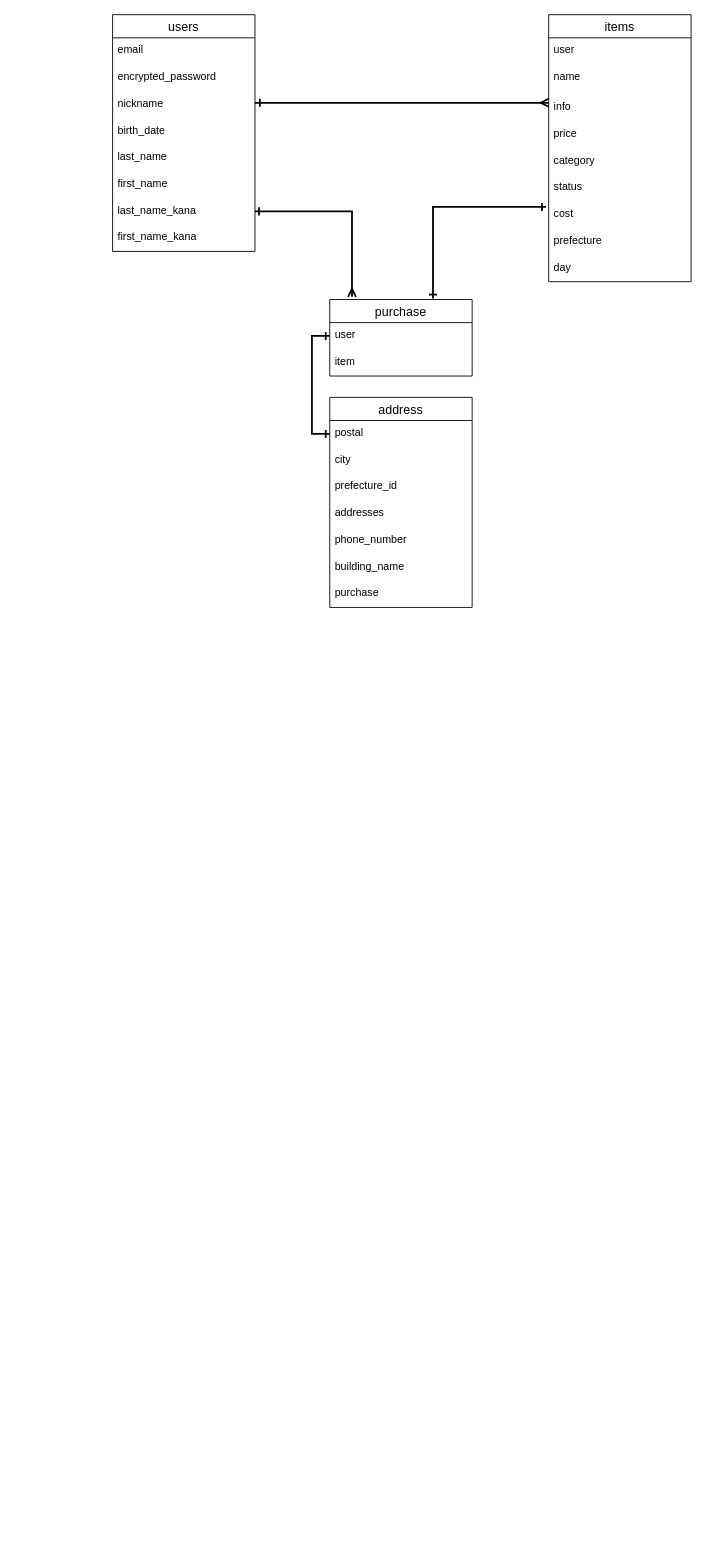
Before: test.dio in jiji12874/furima-31963, a draw.io diagram. Source tidied: cells renumbered, new cells numbered last; positions are measured from the earlier drawing's top-left corner, leaving out a move shared by most shapes. Both pictures are drawn from the tidied source at 89%, with x=0, y=0 at pixel (112, 14).
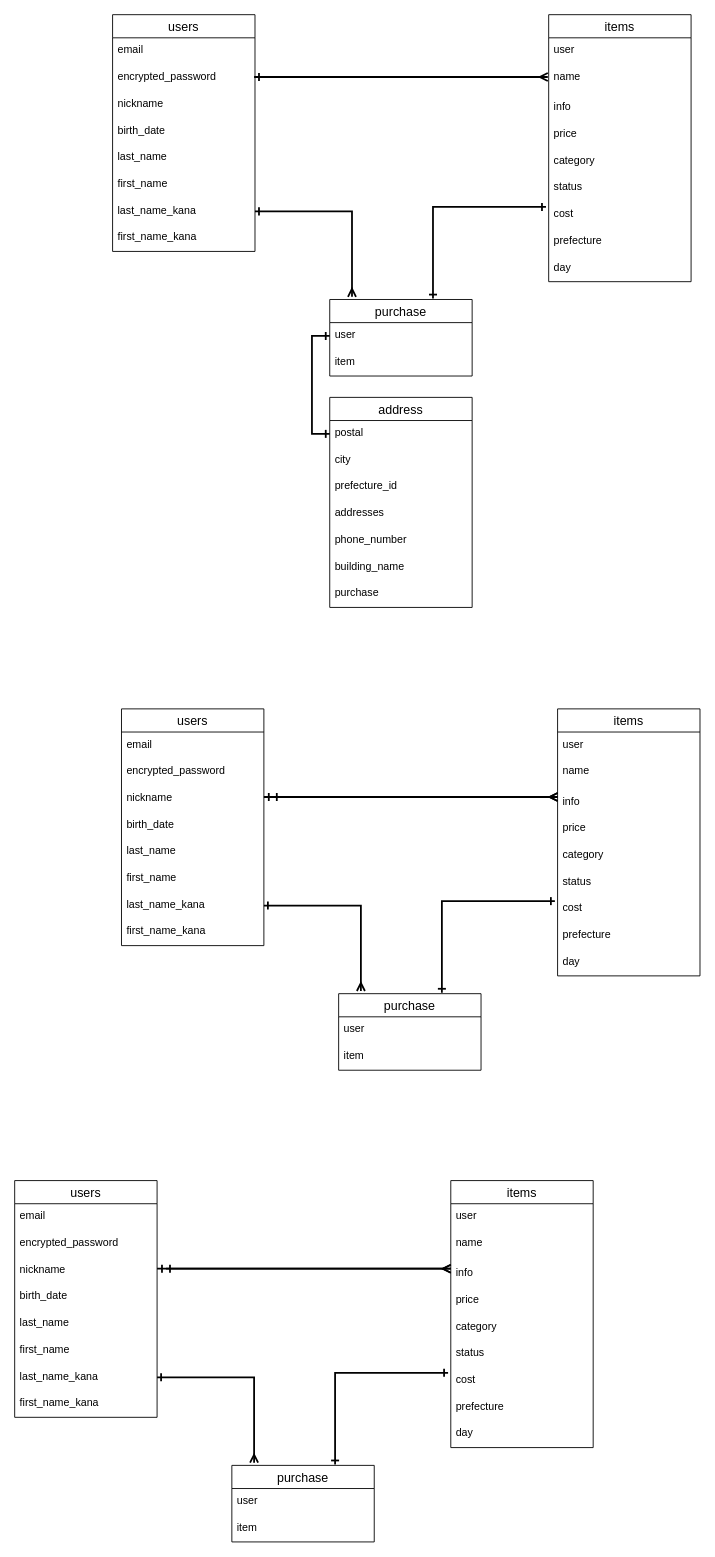
The same page after the edit.

The change refers to these unchanged cells:
```xml
<mxCell id="22" value="info" style="text;strokeColor=none;fillColor=none;spacingLeft=4;spacingRight=4;overflow=hidden;points=[[0,0.5],[1,0.5]];portConstraint=eastwest;fontSize=12;" parent="19" vertex="1">
  <mxGeometry y="90" width="160" height="30" as="geometry" />
</mxCell>
```

Change to the diagram source:
```diff
@@
-    <mxCell id="33" style="edgeStyle=orthogonalEdgeStyle;rounded=0;jettySize=auto;html=1;entryX=0;entryY=0.3;entryDx=0;entryDy=0;entryPerimeter=0;startArrow=ERone;startFill=0;endArrow=ERmany;endFill=0;strokeWidth=2;" parent="1" edge="1" target="22">
+    <mxCell id="33" style="edgeStyle=orthogonalEdgeStyle;rounded=0;orthogonalLoop=1;jettySize=auto;html=1;entryX=0;entryY=0.3;entryDx=0;entryDy=0;entryPerimeter=0;startArrow=ERone;startFill=0;endArrow=ERmany;endFill=0;strokeWidth=2;" parent="1" edge="1">
       <mxGeometry relative="1" as="geometry">
-        <mxPoint x="170" y="99" as="sourcePoint" />
+        <mxPoint x="169" y="70" as="sourcePoint" />
+        <mxPoint x="489" y="70" as="targetPoint" />
         <Array as="points">
-          <mxPoint x="160" y="99" />
+          <mxPoint x="159" y="70" />
         </Array>
       </mxGeometry>
     </mxCell>
@@
+    <mxCell id="36" value="users" style="swimlane;fontStyle=0;horizontal=1;startSize=26;align=center;fontSize=14;" parent="1" vertex="1">
+      <mxGeometry x="10" y="780" width="160" height="266" as="geometry" />
+    </mxCell>
+    <mxCell id="37" value="email" style="text;strokeColor=none;fillColor=none;spacingLeft=4;spacingRight=4;overflow=hidden;fontSize=12;" parent="36" vertex="1">
+      <mxGeometry y="26" width="160" height="30" as="geometry" />
+    </mxCell>
+    <mxCell id="38" value="encrypted_password" style="text;strokeColor=none;fillColor=none;spacingLeft=4;spacingRight=4;overflow=hidden;fontSize=12;" parent="36" vertex="1">
+      <mxGeometry y="56" width="160" height="30" as="geometry" />
+    </mxCell>
+    <mxCell id="39" value="nickname" style="text;strokeColor=none;fillColor=none;spacingLeft=4;spacingRight=4;overflow=hidden;fontSize=12;" parent="36" vertex="1">
+      <mxGeometry y="86" width="160" height="30" as="geometry" />
+    </mxCell>
+    <mxCell id="40" value="birth_date" style="text;strokeColor=none;fillColor=none;spacingLeft=4;spacingRight=4;overflow=hidden;fontSize=12;" parent="36" vertex="1">
+      <mxGeometry y="116" width="160" height="30" as="geometry" />
+    </mxCell>
+    <mxCell id="41" value="last_name" style="text;strokeColor=none;fillColor=none;spacingLeft=4;spacingRight=4;overflow=hidden;fontSize=12;" parent="36" vertex="1">
+      <mxGeometry y="146" width="160" height="30" as="geometry" />
+    </mxCell>
+    <mxCell id="42" value="first_name" style="text;strokeColor=none;fillColor=none;spacingLeft=4;spacingRight=4;overflow=hidden;fontSize=12;" parent="36" vertex="1">
+      <mxGeometry y="176" width="160" height="30" as="geometry" />
+    </mxCell>
+    <mxCell id="43" value="last_name_kana" style="text;strokeColor=none;fillColor=none;spacingLeft=4;spacingRight=4;overflow=hidden;points=[[0,0.5],[1,0.5]];portConstraint=eastwest;fontSize=12;" parent="36" vertex="1">
+      <mxGeometry y="206" width="160" height="30" as="geometry" />
+    </mxCell>
+    <mxCell id="44" value="first_name_kana" style="text;strokeColor=none;fillColor=none;spacingLeft=4;spacingRight=4;overflow=hidden;fontSize=12;" parent="36" vertex="1">
+      <mxGeometry y="236" width="160" height="30" as="geometry" />
+    </mxCell>
+    <mxCell id="45" value="items" style="swimlane;fontStyle=0;horizontal=1;startSize=26;align=center;fontSize=14;" parent="1" vertex="1">
+      <mxGeometry x="500" y="780" width="160" height="300" as="geometry" />
+    </mxCell>
+    <mxCell id="46" value="user" style="text;strokeColor=none;fillColor=none;spacingLeft=4;spacingRight=4;overflow=hidden;fontSize=12;" parent="45" vertex="1">
+      <mxGeometry y="26" width="160" height="30" as="geometry" />
+    </mxCell>
+    <mxCell id="47" value="name" style="text;strokeColor=none;fillColor=none;spacingLeft=4;spacingRight=4;overflow=hidden;fontSize=12;" parent="45" vertex="1">
+      <mxGeometry y="56" width="160" height="34" as="geometry" />
+    </mxCell>
+    <mxCell id="48" value="info" style="text;strokeColor=none;fillColor=none;spacingLeft=4;spacingRight=4;overflow=hidden;points=[[0,0.5],[1,0.5]];portConstraint=eastwest;fontSize=12;" parent="45" vertex="1">
+      <mxGeometry y="90" width="160" height="30" as="geometry" />
+    </mxCell>
+    <mxCell id="49" value="price" style="text;strokeColor=none;fillColor=none;spacingLeft=4;spacingRight=4;overflow=hidden;fontSize=12;" parent="45" vertex="1">
+      <mxGeometry y="120" width="160" height="30" as="geometry" />
+    </mxCell>
+    <mxCell id="50" value="category" style="text;strokeColor=none;fillColor=none;spacingLeft=4;spacingRight=4;overflow=hidden;fontSize=12;" parent="45" vertex="1">
+      <mxGeometry y="150" width="160" height="30" as="geometry" />
+    </mxCell>
+    <mxCell id="51" value="status" style="text;strokeColor=none;fillColor=none;spacingLeft=4;spacingRight=4;overflow=hidden;fontSize=12;" parent="45" vertex="1">
+      <mxGeometry y="180" width="160" height="30" as="geometry" />
+    </mxCell>
+    <mxCell id="52" value="cost" style="text;strokeColor=none;fillColor=none;spacingLeft=4;spacingRight=4;overflow=hidden;points=[[0,0.5],[1,0.5]];portConstraint=eastwest;fontSize=12;" parent="45" vertex="1">
+      <mxGeometry y="210" width="160" height="30" as="geometry" />
+    </mxCell>
+    <mxCell id="53" value="prefecture" style="text;strokeColor=none;fillColor=none;spacingLeft=4;spacingRight=4;overflow=hidden;fontSize=12;" parent="45" vertex="1">
+      <mxGeometry y="240" width="160" height="30" as="geometry" />
+    </mxCell>
+    <mxCell id="54" value="day" style="text;strokeColor=none;fillColor=none;spacingLeft=4;spacingRight=4;overflow=hidden;fontSize=12;" parent="45" vertex="1">
+      <mxGeometry y="270" width="160" height="30" as="geometry" />
+    </mxCell>
+    <mxCell id="55" value="purchase" style="swimlane;fontStyle=0;horizontal=1;startSize=26;align=center;fontSize=14;" parent="1" vertex="1">
+      <mxGeometry x="254" y="1100" width="160" height="86" as="geometry" />
+    </mxCell>
+    <mxCell id="56" value="user" style="text;strokeColor=none;fillColor=none;spacingLeft=4;spacingRight=4;overflow=hidden;fontSize=12;" parent="55" vertex="1">
+      <mxGeometry y="26" width="160" height="30" as="geometry" />
+    </mxCell>
+    <mxCell id="57" value="item" style="text;strokeColor=none;fillColor=none;spacingLeft=4;spacingRight=4;overflow=hidden;fontSize=12;" parent="55" vertex="1">
+      <mxGeometry y="56" width="160" height="30" as="geometry" />
+    </mxCell>
+    <mxCell id="58" style="edgeStyle=orthogonalEdgeStyle;rounded=0;jettySize=auto;html=1;exitX=1;exitY=0.5;exitDx=0;exitDy=0;startArrow=ERone;startFill=0;endArrow=ERmany;endFill=0;strokeWidth=2;" parent="1" edge="1" source="43">
+      <mxGeometry relative="1" as="geometry">
+        <mxPoint x="279" y="1097" as="targetPoint" />
+        <Array as="points">
+          <mxPoint x="279" y="1001" />
+        </Array>
+      </mxGeometry>
+    </mxCell>
+    <mxCell id="59" style="edgeStyle=orthogonalEdgeStyle;rounded=0;jettySize=auto;html=1;entryX=0;entryY=0.3;entryDx=0;entryDy=0;entryPerimeter=0;startArrow=ERone;startFill=0;endArrow=ERmany;endFill=0;strokeWidth=2;" parent="1" edge="1" target="48">
+      <mxGeometry relative="1" as="geometry">
+        <mxPoint x="180" y="879" as="sourcePoint" />
+        <Array as="points">
+          <mxPoint x="170" y="879" />
+        </Array>
+      </mxGeometry>
+    </mxCell>
+    <mxCell id="60" style="edgeStyle=orthogonalEdgeStyle;rounded=0;jettySize=auto;html=1;endArrow=ERone;endFill=0;strokeWidth=2;startArrow=ERone;startFill=0;exitX=-0.019;exitY=0.2;exitDx=0;exitDy=0;exitPerimeter=0;" parent="1" edge="1" source="52">
+      <mxGeometry relative="1" as="geometry">
+        <mxPoint x="370" y="1099" as="targetPoint" />
+        <Array as="points">
+          <mxPoint x="370" y="996" />
+        </Array>
+      </mxGeometry>
+    </mxCell>
+    <mxCell id="61" style="edgeStyle=orthogonalEdgeStyle;rounded=0;jettySize=auto;html=1;entryX=0;entryY=0.3;entryDx=0;entryDy=0;entryPerimeter=0;startArrow=ERone;startFill=0;endArrow=ERmany;endFill=0;strokeWidth=2;" parent="1" edge="1" target="48">
+      <mxGeometry relative="1" as="geometry">
+        <mxPoint x="180" y="879" as="sourcePoint" />
+        <Array as="points">
+          <mxPoint x="320" y="879" />
+          <mxPoint x="320" y="879" />
+        </Array>
+      </mxGeometry>
+    </mxCell>
+    <mxCell id="62" value="users" style="swimlane;fontStyle=0;horizontal=1;startSize=26;align=center;fontSize=14;" parent="1" vertex="1">
+      <mxGeometry x="-110" y="1310" width="160" height="266" as="geometry" />
+    </mxCell>
+    <mxCell id="63" value="email" style="text;strokeColor=none;fillColor=none;spacingLeft=4;spacingRight=4;overflow=hidden;fontSize=12;" parent="62" vertex="1">
+      <mxGeometry y="26" width="160" height="30" as="geometry" />
+    </mxCell>
+    <mxCell id="64" value="encrypted_password" style="text;strokeColor=none;fillColor=none;spacingLeft=4;spacingRight=4;overflow=hidden;fontSize=12;" parent="62" vertex="1">
+      <mxGeometry y="56" width="160" height="30" as="geometry" />
+    </mxCell>
+    <mxCell id="65" value="nickname" style="text;strokeColor=none;fillColor=none;spacingLeft=4;spacingRight=4;overflow=hidden;fontSize=12;" parent="62" vertex="1">
+      <mxGeometry y="86" width="160" height="30" as="geometry" />
+    </mxCell>
+    <mxCell id="66" value="birth_date" style="text;strokeColor=none;fillColor=none;spacingLeft=4;spacingRight=4;overflow=hidden;fontSize=12;" parent="62" vertex="1">
+      <mxGeometry y="116" width="160" height="30" as="geometry" />
+    </mxCell>
+    <mxCell id="67" value="last_name" style="text;strokeColor=none;fillColor=none;spacingLeft=4;spacingRight=4;overflow=hidden;fontSize=12;" parent="62" vertex="1">
+      <mxGeometry y="146" width="160" height="30" as="geometry" />
+    </mxCell>
+    <mxCell id="68" value="first_name" style="text;strokeColor=none;fillColor=none;spacingLeft=4;spacingRight=4;overflow=hidden;fontSize=12;" parent="62" vertex="1">
+      <mxGeometry y="176" width="160" height="30" as="geometry" />
+    </mxCell>
+    <mxCell id="69" value="last_name_kana" style="text;strokeColor=none;fillColor=none;spacingLeft=4;spacingRight=4;overflow=hidden;points=[[0,0.5],[1,0.5]];portConstraint=eastwest;fontSize=12;" parent="62" vertex="1">
+      <mxGeometry y="206" width="160" height="30" as="geometry" />
+    </mxCell>
+    <mxCell id="70" value="first_name_kana" style="text;strokeColor=none;fillColor=none;spacingLeft=4;spacingRight=4;overflow=hidden;fontSize=12;" parent="62" vertex="1">
+      <mxGeometry y="236" width="160" height="30" as="geometry" />
+    </mxCell>
+    <mxCell id="71" value="items" style="swimlane;fontStyle=0;horizontal=1;startSize=26;align=center;fontSize=14;" parent="1" vertex="1">
+      <mxGeometry x="380" y="1310" width="160" height="300" as="geometry" />
+    </mxCell>
+    <mxCell id="72" value="user" style="text;strokeColor=none;fillColor=none;spacingLeft=4;spacingRight=4;overflow=hidden;fontSize=12;" parent="71" vertex="1">
+      <mxGeometry y="26" width="160" height="30" as="geometry" />
+    </mxCell>
+    <mxCell id="73" value="name" style="text;strokeColor=none;fillColor=none;spacingLeft=4;spacingRight=4;overflow=hidden;fontSize=12;" parent="71" vertex="1">
+      <mxGeometry y="56" width="160" height="34" as="geometry" />
+    </mxCell>
+    <mxCell id="74" value="info" style="text;strokeColor=none;fillColor=none;spacingLeft=4;spacingRight=4;overflow=hidden;points=[[0,0.5],[1,0.5]];portConstraint=eastwest;fontSize=12;" parent="71" vertex="1">
+      <mxGeometry y="90" width="160" height="30" as="geometry" />
+    </mxCell>
+    <mxCell id="75" value="price" style="text;strokeColor=none;fillColor=none;spacingLeft=4;spacingRight=4;overflow=hidden;fontSize=12;" parent="71" vertex="1">
+      <mxGeometry y="120" width="160" height="30" as="geometry" />
+    </mxCell>
+    <mxCell id="76" value="category" style="text;strokeColor=none;fillColor=none;spacingLeft=4;spacingRight=4;overflow=hidden;fontSize=12;" parent="71" vertex="1">
+      <mxGeometry y="150" width="160" height="30" as="geometry" />
+    </mxCell>
+    <mxCell id="77" value="status" style="text;strokeColor=none;fillColor=none;spacingLeft=4;spacingRight=4;overflow=hidden;fontSize=12;" parent="71" vertex="1">
+      <mxGeometry y="180" width="160" height="30" as="geometry" />
+    </mxCell>
+    <mxCell id="78" value="cost" style="text;strokeColor=none;fillColor=none;spacingLeft=4;spacingRight=4;overflow=hidden;points=[[0,0.5],[1,0.5]];portConstraint=eastwest;fontSize=12;" parent="71" vertex="1">
+      <mxGeometry y="210" width="160" height="30" as="geometry" />
+    </mxCell>
+    <mxCell id="79" value="prefecture" style="text;strokeColor=none;fillColor=none;spacingLeft=4;spacingRight=4;overflow=hidden;fontSize=12;" parent="71" vertex="1">
+      <mxGeometry y="240" width="160" height="30" as="geometry" />
+    </mxCell>
+    <mxCell id="80" value="day" style="text;strokeColor=none;fillColor=none;spacingLeft=4;spacingRight=4;overflow=hidden;fontSize=12;" parent="71" vertex="1">
+      <mxGeometry y="270" width="160" height="30" as="geometry" />
+    </mxCell>
+    <mxCell id="81" value="purchase" style="swimlane;fontStyle=0;horizontal=1;startSize=26;align=center;fontSize=14;" parent="1" vertex="1">
+      <mxGeometry x="134" y="1630" width="160" height="86" as="geometry" />
+    </mxCell>
+    <mxCell id="82" value="user" style="text;strokeColor=none;fillColor=none;spacingLeft=4;spacingRight=4;overflow=hidden;fontSize=12;" parent="81" vertex="1">
+      <mxGeometry y="26" width="160" height="30" as="geometry" />
+    </mxCell>
+    <mxCell id="83" value="item" style="text;strokeColor=none;fillColor=none;spacingLeft=4;spacingRight=4;overflow=hidden;fontSize=12;" parent="81" vertex="1">
+      <mxGeometry y="56" width="160" height="30" as="geometry" />
+    </mxCell>
+    <mxCell id="84" style="edgeStyle=orthogonalEdgeStyle;rounded=0;jettySize=auto;html=1;exitX=1;exitY=0.5;exitDx=0;exitDy=0;startArrow=ERone;startFill=0;endArrow=ERmany;endFill=0;strokeWidth=2;" parent="1" edge="1" source="69">
+      <mxGeometry relative="1" as="geometry">
+        <mxPoint x="159" y="1627" as="targetPoint" />
+        <Array as="points">
+          <mxPoint x="159" y="1531" />
+        </Array>
+      </mxGeometry>
+    </mxCell>
+    <mxCell id="85" style="edgeStyle=orthogonalEdgeStyle;rounded=0;jettySize=auto;html=1;entryX=0;entryY=0.3;entryDx=0;entryDy=0;entryPerimeter=0;startArrow=ERone;startFill=0;endArrow=ERmany;endFill=0;strokeWidth=2;" parent="1" edge="1" target="74">
+      <mxGeometry relative="1" as="geometry">
+        <mxPoint x="60" y="1409" as="sourcePoint" />
+        <Array as="points">
+          <mxPoint x="50" y="1409" />
+        </Array>
+      </mxGeometry>
+    </mxCell>
+    <mxCell id="86" style="edgeStyle=orthogonalEdgeStyle;rounded=0;jettySize=auto;html=1;endArrow=ERone;endFill=0;strokeWidth=2;startArrow=ERone;startFill=0;exitX=-0.019;exitY=0.2;exitDx=0;exitDy=0;exitPerimeter=0;" parent="1" edge="1" source="78">
+      <mxGeometry relative="1" as="geometry">
+        <mxPoint x="250" y="1629" as="targetPoint" />
+        <Array as="points">
+          <mxPoint x="250" y="1526" />
+        </Array>
+      </mxGeometry>
+    </mxCell>
+    <mxCell id="87" style="edgeStyle=orthogonalEdgeStyle;rounded=0;jettySize=auto;html=1;entryX=0;entryY=0.3;entryDx=0;entryDy=0;entryPerimeter=0;startArrow=ERone;startFill=0;endArrow=ERmany;endFill=0;strokeWidth=2;" parent="1" edge="1" target="74">
+      <mxGeometry relative="1" as="geometry">
+        <mxPoint x="60" y="1409" as="sourcePoint" />
+        <Array as="points">
+          <mxPoint x="200" y="1409" />
+          <mxPoint x="200" y="1409" />
+        </Array>
+      </mxGeometry>
+    </mxCell>
```
